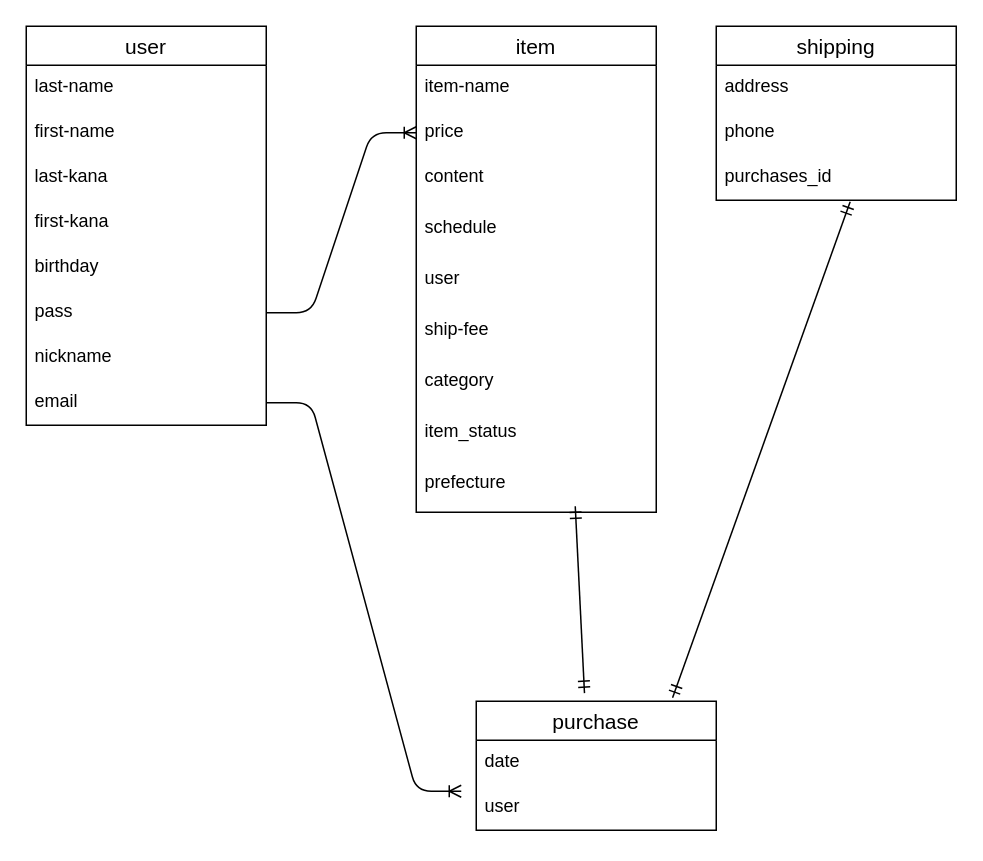
Before: er.dio in ericaohashi/furima-37450, a draw.io diagram. Source tidied: cells renumbered, new cells numbered last; positions are measured from the earlier drawing's top-left corner, leaving out a move shared by most shapes. Both pictures are drawn from the tidied source at 150%, with x=0, y=0 at pixel (26, 26).
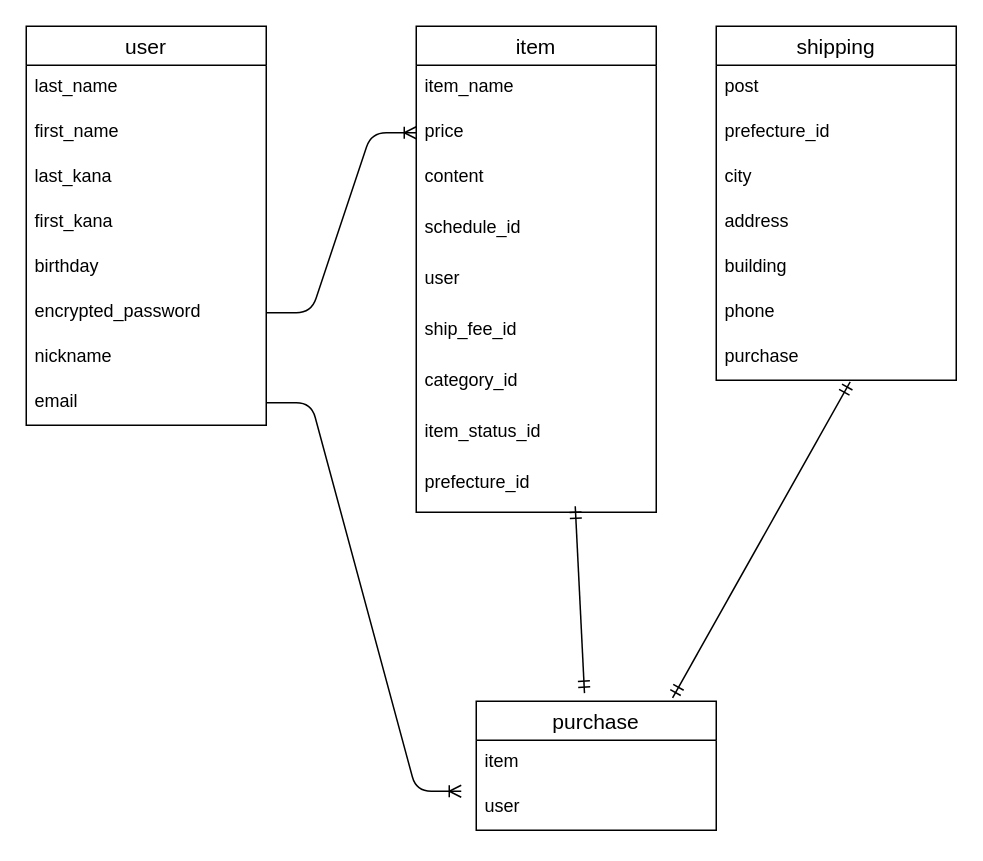
The same diagram, later.

Commit message (it also covers changes not shown here):
データベース設計の修正６

ER図を添付させていただます。

The change refers to these unchanged cells:
```xml
<mxCell id="2" value="user" style="swimlane;fontStyle=0;horizontal=1;startSize=26;align=center;fontSize=14;" parent="1" vertex="1">
  <mxGeometry width="160" height="266" as="geometry" />
</mxCell>
<mxCell id="11" value="item" style="swimlane;fontStyle=0;horizontal=1;startSize=26;align=center;fontSize=14;" parent="1" vertex="1">
  <mxGeometry x="260" width="160" height="324" as="geometry" />
</mxCell>
<mxCell id="25" value="purchase" style="swimlane;fontStyle=0;horizontal=1;startSize=26;align=center;fontSize=14;" parent="1" vertex="1">
  <mxGeometry x="300" y="450" width="160" height="86" as="geometry" />
</mxCell>
```

Diff of the diagram source:
```diff
@@
-    <mxCell id="3" value="last-name" style="text;strokeColor=none;fillColor=none;spacingLeft=4;spacingRight=4;overflow=hidden;fontSize=12;" parent="2" vertex="1">
+    <mxCell id="3" value="last_name&#10;&#10;" style="text;strokeColor=none;fillColor=none;spacingLeft=4;spacingRight=4;overflow=hidden;fontSize=12;" parent="2" vertex="1">
       <mxGeometry y="26" width="160" height="30" as="geometry" />
     </mxCell>
-    <mxCell id="4" value="first-name" style="text;strokeColor=none;fillColor=none;spacingLeft=4;spacingRight=4;overflow=hidden;fontSize=12;" parent="2" vertex="1">
+    <mxCell id="4" value="first_name" style="text;strokeColor=none;fillColor=none;spacingLeft=4;spacingRight=4;overflow=hidden;fontSize=12;" parent="2" vertex="1">
       <mxGeometry y="56" width="160" height="30" as="geometry" />
     </mxCell>
-    <mxCell id="5" value="last-kana" style="text;strokeColor=none;fillColor=none;spacingLeft=4;spacingRight=4;overflow=hidden;fontSize=12;" parent="2" vertex="1">
+    <mxCell id="5" value="last_kana" style="text;strokeColor=none;fillColor=none;spacingLeft=4;spacingRight=4;overflow=hidden;fontSize=12;" parent="2" vertex="1">
       <mxGeometry y="86" width="160" height="30" as="geometry" />
     </mxCell>
-    <mxCell id="6" value="first-kana" style="text;strokeColor=none;fillColor=none;spacingLeft=4;spacingRight=4;overflow=hidden;fontSize=12;" parent="2" vertex="1">
+    <mxCell id="6" value="first_kana" style="text;strokeColor=none;fillColor=none;spacingLeft=4;spacingRight=4;overflow=hidden;fontSize=12;" parent="2" vertex="1">
       <mxGeometry y="116" width="160" height="30" as="geometry" />
     </mxCell>
@@
-    <mxCell id="8" value="pass&#10;" style="text;strokeColor=none;fillColor=none;spacingLeft=4;spacingRight=4;overflow=hidden;points=[[0,0.5],[1,0.5]];portConstraint=eastwest;fontSize=12;" parent="2" vertex="1">
+    <mxCell id="8" value="encrypted_password " style="text;strokeColor=none;fillColor=none;spacingLeft=4;spacingRight=4;overflow=hidden;points=[[0,0.5],[1,0.5]];portConstraint=eastwest;fontSize=12;" parent="2" vertex="1">
       <mxGeometry y="176" width="160" height="30" as="geometry" />
     </mxCell>
@@
-    <mxCell id="12" value="item-name&#10;" style="text;strokeColor=none;fillColor=none;spacingLeft=4;spacingRight=4;overflow=hidden;fontSize=12;" parent="11" vertex="1">
+    <mxCell id="12" value="item_name&#10;" style="text;strokeColor=none;fillColor=none;spacingLeft=4;spacingRight=4;overflow=hidden;fontSize=12;" parent="11" vertex="1">
       <mxGeometry y="26" width="160" height="30" as="geometry" />
     </mxCell>
@@
-    <mxCell id="15" value="schedule" style="text;strokeColor=none;fillColor=none;spacingLeft=4;spacingRight=4;overflow=hidden;fontSize=12;" parent="11" vertex="1">
+    <mxCell id="15" value="schedule_id" style="text;strokeColor=none;fillColor=none;spacingLeft=4;spacingRight=4;overflow=hidden;fontSize=12;" parent="11" vertex="1">
       <mxGeometry y="120" width="160" height="34" as="geometry" />
     </mxCell>
@@
-    <mxCell id="17" value="ship-fee" style="text;strokeColor=none;fillColor=none;spacingLeft=4;spacingRight=4;overflow=hidden;fontSize=12;" parent="11" vertex="1">
+    <mxCell id="17" value="ship_fee_id" style="text;strokeColor=none;fillColor=none;spacingLeft=4;spacingRight=4;overflow=hidden;fontSize=12;" parent="11" vertex="1">
       <mxGeometry y="188" width="160" height="34" as="geometry" />
     </mxCell>
-    <mxCell id="18" value="category" style="text;strokeColor=none;fillColor=none;spacingLeft=4;spacingRight=4;overflow=hidden;fontSize=12;" parent="11" vertex="1">
+    <mxCell id="18" value="category_id" style="text;strokeColor=none;fillColor=none;spacingLeft=4;spacingRight=4;overflow=hidden;fontSize=12;" parent="11" vertex="1">
       <mxGeometry y="222" width="160" height="34" as="geometry" />
     </mxCell>
-    <mxCell id="19" value="item_status" style="text;strokeColor=none;fillColor=none;spacingLeft=4;spacingRight=4;overflow=hidden;fontSize=12;" parent="11" vertex="1">
+    <mxCell id="19" value="item_status_id" style="text;strokeColor=none;fillColor=none;spacingLeft=4;spacingRight=4;overflow=hidden;fontSize=12;" parent="11" vertex="1">
       <mxGeometry y="256" width="160" height="34" as="geometry" />
     </mxCell>
-    <mxCell id="20" value="prefecture" style="text;strokeColor=none;fillColor=none;spacingLeft=4;spacingRight=4;overflow=hidden;fontSize=12;" parent="11" vertex="1">
+    <mxCell id="20" value="prefecture_id" style="text;strokeColor=none;fillColor=none;spacingLeft=4;spacingRight=4;overflow=hidden;fontSize=12;" parent="11" vertex="1">
       <mxGeometry y="290" width="160" height="34" as="geometry" />
     </mxCell>
     <mxCell id="21" value="shipping" style="swimlane;fontStyle=0;horizontal=1;startSize=26;align=center;fontSize=14;" parent="1" vertex="1">
-      <mxGeometry x="460" width="160" height="116" as="geometry" />
+      <mxGeometry x="460" width="160" height="236" as="geometry" />
     </mxCell>
+    <mxCell id="33" value="post" style="text;strokeColor=none;fillColor=none;spacingLeft=4;spacingRight=4;overflow=hidden;fontSize=12;" parent="21" vertex="1">
+      <mxGeometry y="26" width="160" height="30" as="geometry" />
+    </mxCell>
+    <mxCell id="34" value="prefecture_id" style="text;strokeColor=none;fillColor=none;spacingLeft=4;spacingRight=4;overflow=hidden;fontSize=12;" parent="21" vertex="1">
+      <mxGeometry y="56" width="160" height="30" as="geometry" />
+    </mxCell>
+    <mxCell id="35" value="city" style="text;strokeColor=none;fillColor=none;spacingLeft=4;spacingRight=4;overflow=hidden;fontSize=12;" parent="21" vertex="1">
+      <mxGeometry y="86" width="160" height="30" as="geometry" />
+    </mxCell>
     <mxCell id="22" value="address" style="text;strokeColor=none;fillColor=none;spacingLeft=4;spacingRight=4;overflow=hidden;fontSize=12;" parent="21" vertex="1">
-      <mxGeometry y="26" width="160" height="30" as="geometry" />
+      <mxGeometry y="116" width="160" height="30" as="geometry" />
     </mxCell>
+    <mxCell id="36" value="building" style="text;strokeColor=none;fillColor=none;spacingLeft=4;spacingRight=4;overflow=hidden;fontSize=12;" parent="21" vertex="1">
+      <mxGeometry y="146" width="160" height="30" as="geometry" />
+    </mxCell>
     <mxCell id="23" value="phone" style="text;strokeColor=none;fillColor=none;spacingLeft=4;spacingRight=4;overflow=hidden;fontSize=12;" parent="21" vertex="1">
-      <mxGeometry y="56" width="160" height="30" as="geometry" />
+      <mxGeometry y="176" width="160" height="30" as="geometry" />
     </mxCell>
-    <mxCell id="24" value="purchases_id" style="text;strokeColor=none;fillColor=none;spacingLeft=4;spacingRight=4;overflow=hidden;points=[[0,0.5],[1,0.5]];portConstraint=eastwest;fontSize=12;" parent="21" vertex="1">
-      <mxGeometry y="86" width="160" height="30" as="geometry" />
+    <mxCell id="24" value="purchase" style="text;strokeColor=none;fillColor=none;spacingLeft=4;spacingRight=4;overflow=hidden;points=[[0,0.5],[1,0.5]];portConstraint=eastwest;fontSize=12;" parent="21" vertex="1">
+      <mxGeometry y="206" width="160" height="30" as="geometry" />
     </mxCell>
@@
-    <mxCell id="26" value="date" style="text;strokeColor=none;fillColor=none;spacingLeft=4;spacingRight=4;overflow=hidden;fontSize=12;" parent="25" vertex="1">
+    <mxCell id="26" value="item" style="text;strokeColor=none;fillColor=none;spacingLeft=4;spacingRight=4;overflow=hidden;fontSize=12;" parent="25" vertex="1">
       <mxGeometry y="26" width="160" height="30" as="geometry" />
     </mxCell>
```
